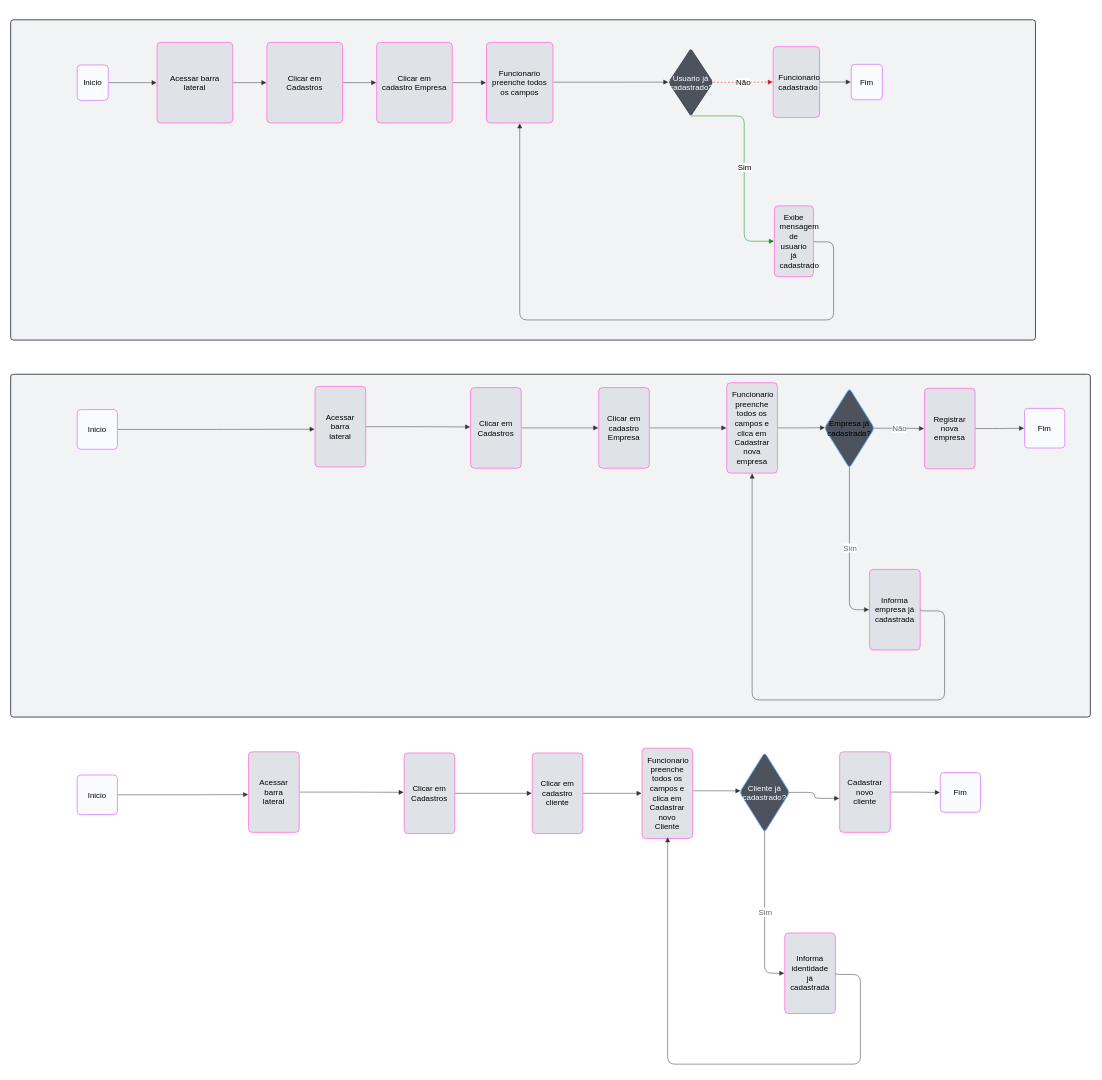
eothigas/YS_Storage keeps this draw.io diagram as fluxogramas/YS-Fluxo.drawio. Above is the earlier version. Source tidied: cells renumbered, new cells numbered last; positions are measured from the earlier drawing's top-left corner, leaving out a move shared by most shapes. Both pictures are drawn from the tidied source at 61%, with x=0, y=0 at pixel (10, 20).
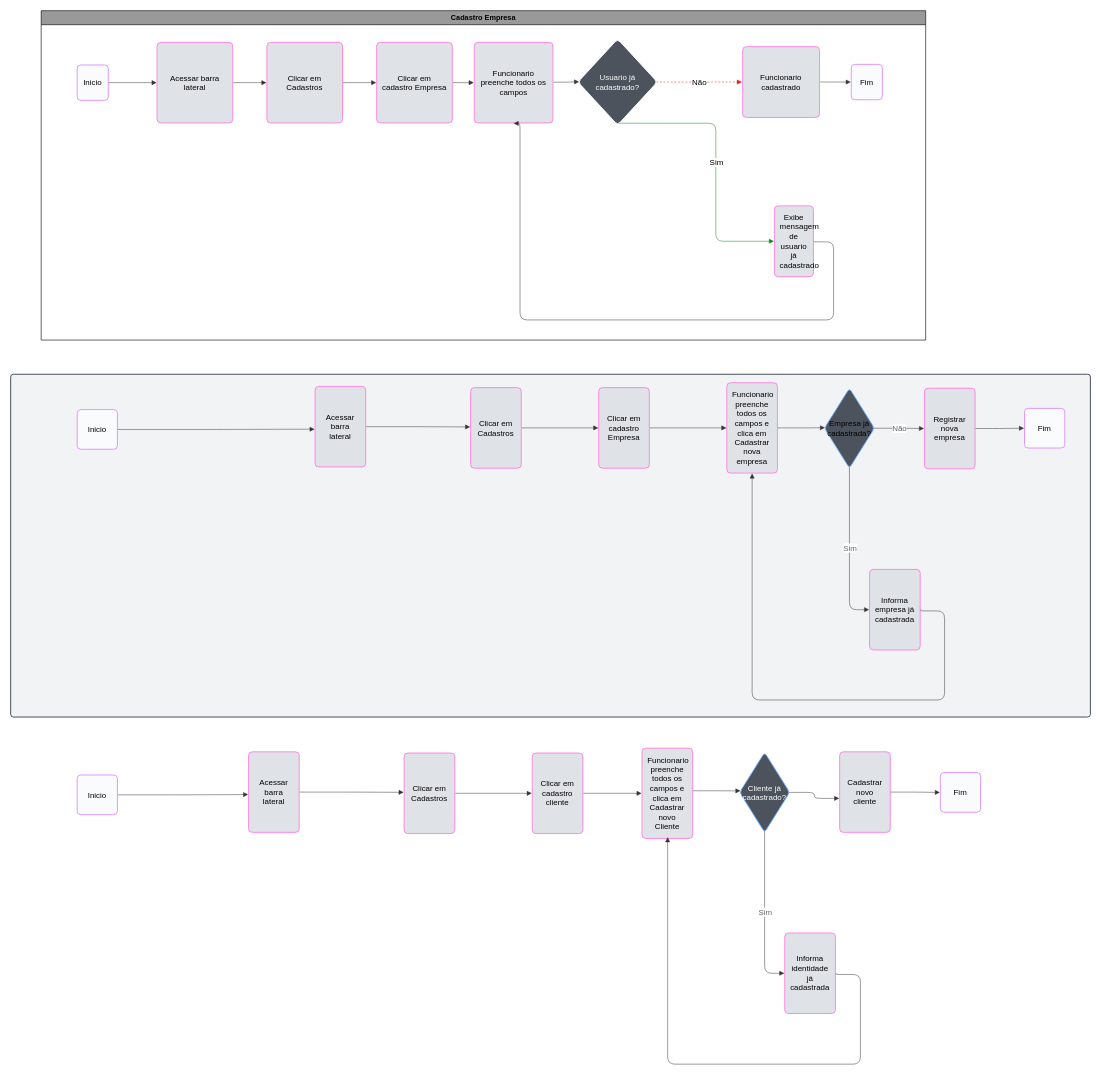
The same diagram, later.

What changed in the source:
```diff
@@
-    <mxCell id="2" style="html=1;overflow=block;blockSpacing=1;whiteSpace=wrap;fontSize=13;spacing=0;strokeColor=#3a414a;strokeOpacity=100;fillOpacity=100;rounded=1;absoluteArcSize=1;arcSize=9;fillColor=#f2f3f5;strokeWidth=1.5;lucidId=9IVu0BAyJsN5;" parent="1" vertex="1">
-      <mxGeometry width="1680" height="525" as="geometry" />
-    </mxCell>
@@
     <mxCell id="5" value="Funcionario preenche todos os campos" style="html=1;overflow=block;blockSpacing=1;whiteSpace=wrap;fontSize=13;align=center;spacing=9;strokeColor=#ff80df;strokeOpacity=100;fillOpacity=100;rounded=1;absoluteArcSize=1;arcSize=12;fillColor=#dfe3e8;strokeWidth=1.5;lucidId=sHVuLKVoWXoe;" parent="1" vertex="1">
-      <mxGeometry x="780" y="37" width="109" height="132" as="geometry" />
+      <mxGeometry x="760" y="37" width="129" height="132" as="geometry" />
     </mxCell>
-    <mxCell id="6" value="Usuario já cadastrado?" style="html=1;overflow=block;blockSpacing=1;whiteSpace=wrap;rhombus;fontSize=13;fontColor=#ffffff;align=center;spacing=3.8;strokeColor=#ffffff;strokeOpacity=100;fillOpacity=100;rounded=1;absoluteArcSize=1;arcSize=12;fillColor=#4c535d;strokeWidth=1.5;lucidId=sHVuBIZhyZqM;" parent="1" vertex="1">
-      <mxGeometry x="1077" y="45" width="76" height="115" as="geometry" />
-    </mxCell>
@@
     <mxCell id="8" value="Funcionario cadastrado" style="html=1;overflow=block;blockSpacing=1;whiteSpace=wrap;fontSize=13;align=center;spacing=9;strokeColor=#ff80df;strokeOpacity=100;fillOpacity=100;rounded=1;absoluteArcSize=1;arcSize=12;fillColor=#dfe3e8;strokeWidth=1.5;lucidId=sHVudEk1tI7Y;" parent="1" vertex="1">
-      <mxGeometry x="1250" y="44" width="76" height="116" as="geometry" />
+      <mxGeometry x="1200" y="44" width="126" height="116" as="geometry" />
     </mxCell>
@@
+    <mxCell id="63" value="Cadastro Empresa" style="swimlane;whiteSpace=wrap;html=1;fillColor=#999999;" parent="1" vertex="1">
+      <mxGeometry x="50" y="-15" width="1450" height="540" as="geometry" />
+    </mxCell>
+    <mxCell id="6" value="Usuario já cadastrado?" style="html=1;overflow=block;blockSpacing=1;whiteSpace=wrap;rhombus;fontSize=13;fontColor=#ffffff;align=center;spacing=3.8;strokeColor=#ffffff;strokeOpacity=100;fillOpacity=100;rounded=1;absoluteArcSize=1;arcSize=12;fillColor=#4c535d;strokeWidth=1.5;lucidId=sHVuBIZhyZqM;" parent="63" vertex="1">
+      <mxGeometry x="880" y="46.5" width="130" height="141" as="geometry" />
+    </mxCell>
```
